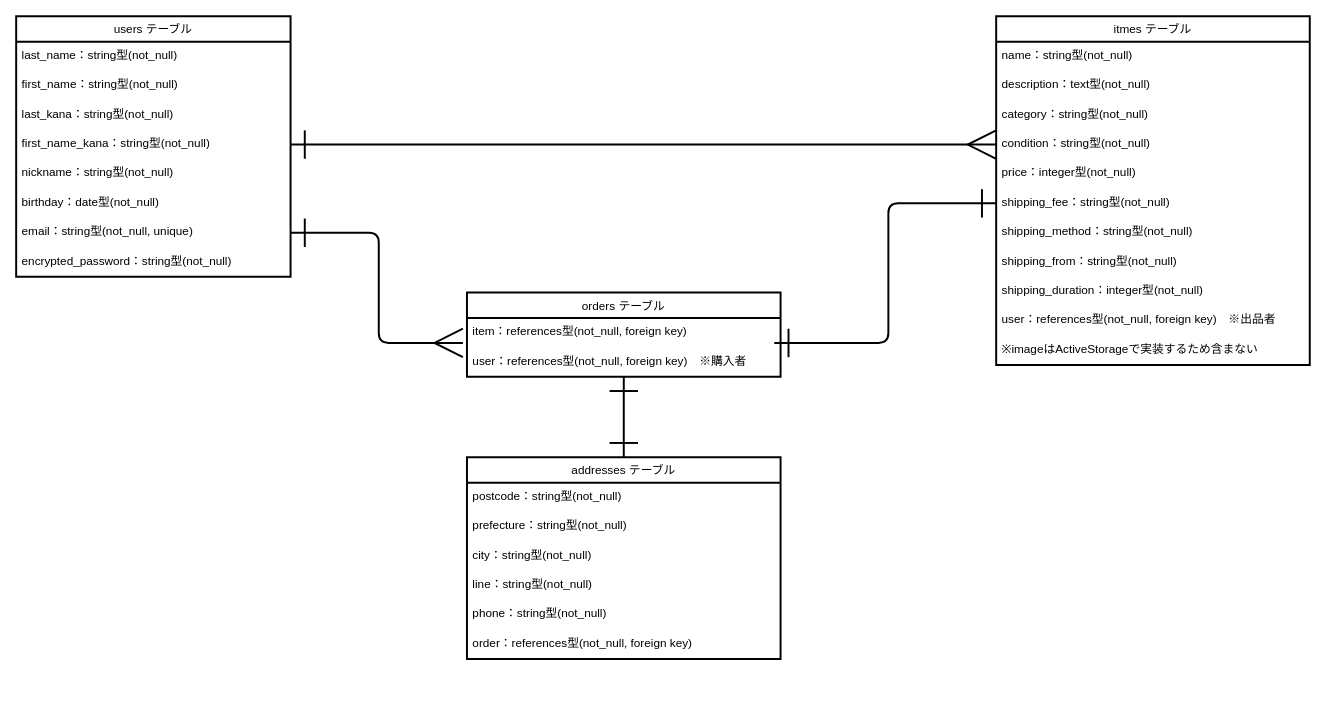
Earlier version of the draw.io diagram furimaER.dio (sssan-tech/furima-41472). Source tidied: cells renumbered, new cells numbered last; positions are measured from the earlier drawing's top-left corner, leaving out a move shared by most shapes. Both pictures are drawn from the tidied source at 98%, with x=0, y=0 at pixel (16, 16).
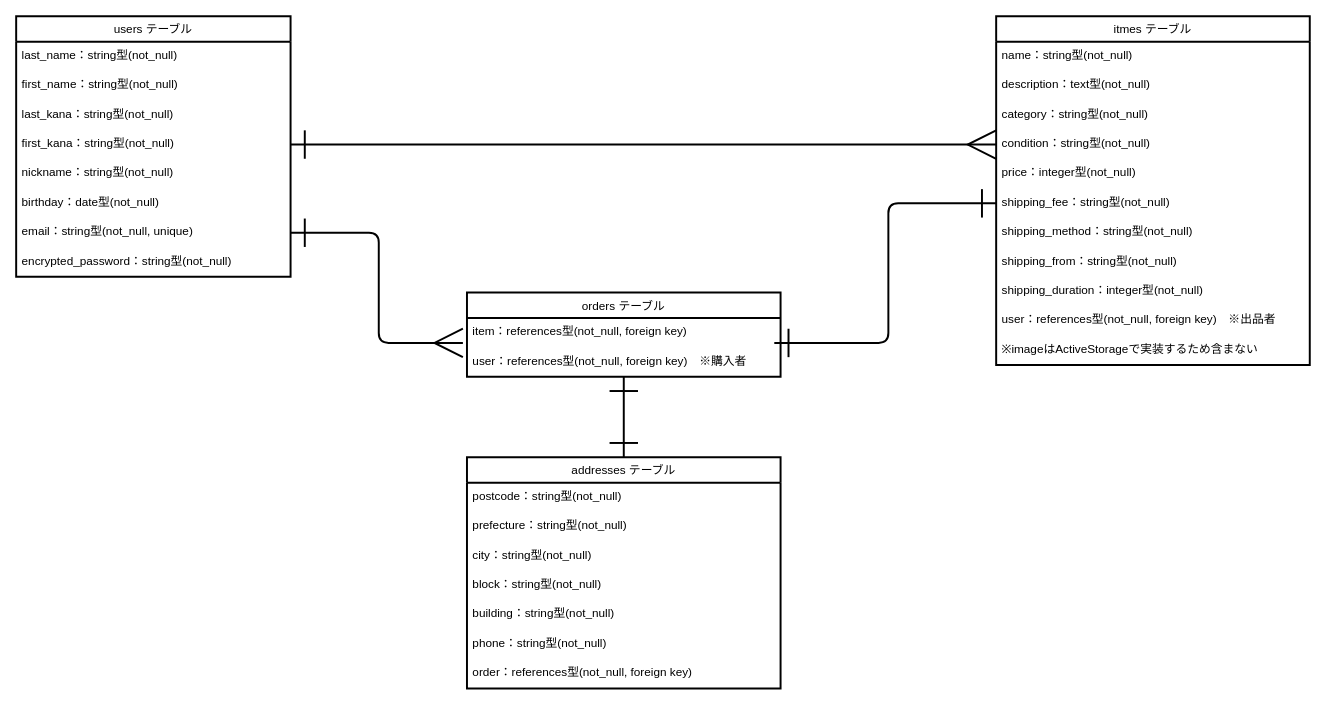
After the change.

Commit message (it also covers changes not shown here):
lineカラムリネームとbuildingカラムの追加

Unchanged cells that the change refers to:
```xml
<mxCell id="2" value="users テーブル" style="swimlane;fontStyle=0;horizontal=1;startSize=26;align=center;fontSize=12;labelBackgroundColor=none;labelBorderColor=none;strokeWidth=2;swimlaneFillColor=default;" parent="1" vertex="1">
  <mxGeometry width="280" height="266" as="geometry" />
</mxCell>
```

Diff of the diagram source:
```diff
@@
-    <mxCell id="6" value="first_name_kana：string型(not_null)" style="text;spacingLeft=4;spacingRight=4;overflow=hidden;points=[[0,0.5],[1,0.5]];portConstraint=eastwest;fontSize=12;labelBackgroundColor=none;labelBorderColor=none;strokeWidth=2;" parent="2" vertex="1">
+    <mxCell id="6" value="first_kana：string型(not_null)" style="text;spacingLeft=4;spacingRight=4;overflow=hidden;points=[[0,0.5],[1,0.5]];portConstraint=eastwest;fontSize=12;labelBackgroundColor=none;labelBorderColor=none;strokeWidth=2;" parent="2" vertex="1">
       <mxGeometry y="116" width="280" height="30" as="geometry" />
     </mxCell>
@@
     <mxCell id="28" value="addresses テーブル" style="swimlane;fontStyle=0;horizontal=1;startSize=26;align=center;fontSize=12;labelBackgroundColor=none;labelBorderColor=none;strokeWidth=2;swimlaneFillColor=default;" parent="1" vertex="1">
-      <mxGeometry x="460" y="450" width="320" height="206" as="geometry" />
+      <mxGeometry x="460" y="450" width="320" height="236" as="geometry" />
     </mxCell>
@@
-    <mxCell id="32" value="line：string型(not_null)&#10;" style="text;spacingLeft=4;spacingRight=4;overflow=hidden;fontSize=12;labelBackgroundColor=none;labelBorderColor=none;strokeWidth=2;" parent="28" vertex="1">
+    <mxCell id="32" value="block：string型(not_null)&#10;" style="text;spacingLeft=4;spacingRight=4;overflow=hidden;fontSize=12;labelBackgroundColor=none;labelBorderColor=none;strokeWidth=2;" parent="28" vertex="1">
       <mxGeometry y="116" width="320" height="30" as="geometry" />
     </mxCell>
+    <mxCell id="38" value="building：string型(not_null)&#10;" style="text;spacingLeft=4;spacingRight=4;overflow=hidden;fontSize=12;labelBackgroundColor=none;labelBorderColor=none;strokeWidth=2;" parent="28" vertex="1">
+      <mxGeometry y="146" width="320" height="30" as="geometry" />
+    </mxCell>
     <mxCell id="33" value="phone：string型(not_null)" style="text;spacingLeft=4;spacingRight=4;overflow=hidden;fontSize=12;labelBackgroundColor=none;labelBorderColor=none;strokeWidth=2;" parent="28" vertex="1">
-      <mxGeometry y="146" width="320" height="30" as="geometry" />
+      <mxGeometry y="176" width="320" height="30" as="geometry" />
     </mxCell>
     <mxCell id="34" value="order：references型(not_null, foreign key)&#10;" style="text;spacingLeft=4;spacingRight=4;overflow=hidden;fontSize=12;labelBackgroundColor=none;labelBorderColor=none;strokeWidth=2;" parent="28" vertex="1">
-      <mxGeometry y="176" width="320" height="30" as="geometry" />
+      <mxGeometry y="206" width="320" height="30" as="geometry" />
     </mxCell>
```
